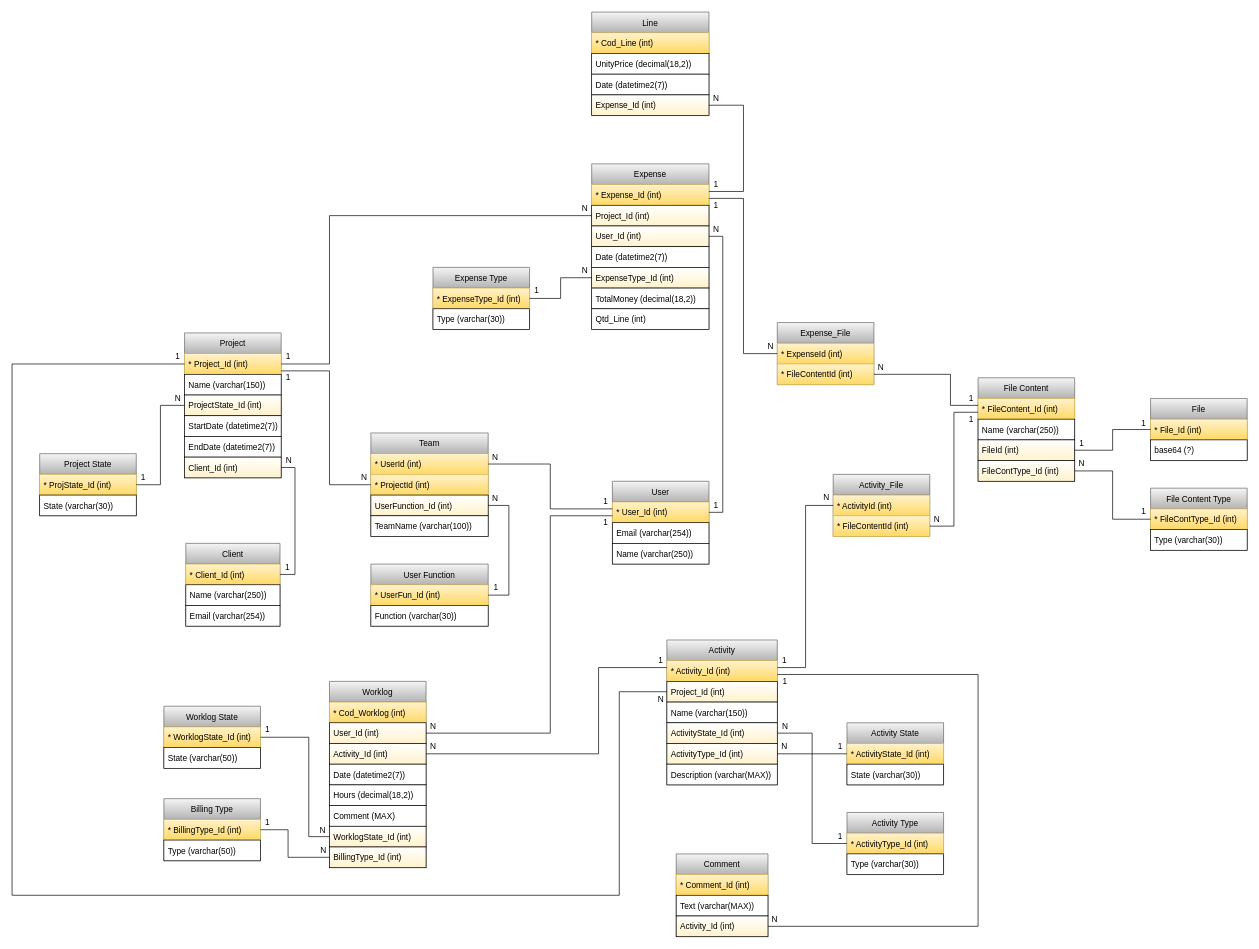
Earlier version of the draw.io diagram Relatório/Timesheet DB.drawio (rjcasaca/inete2022). Source tidied: cells renumbered, new cells numbered last; positions are measured from the earlier drawing's top-left corner, leaving out a move shared by most shapes. Both pictures are drawn from the tidied source at 69%, with x=0, y=0 at pixel (12, 12).
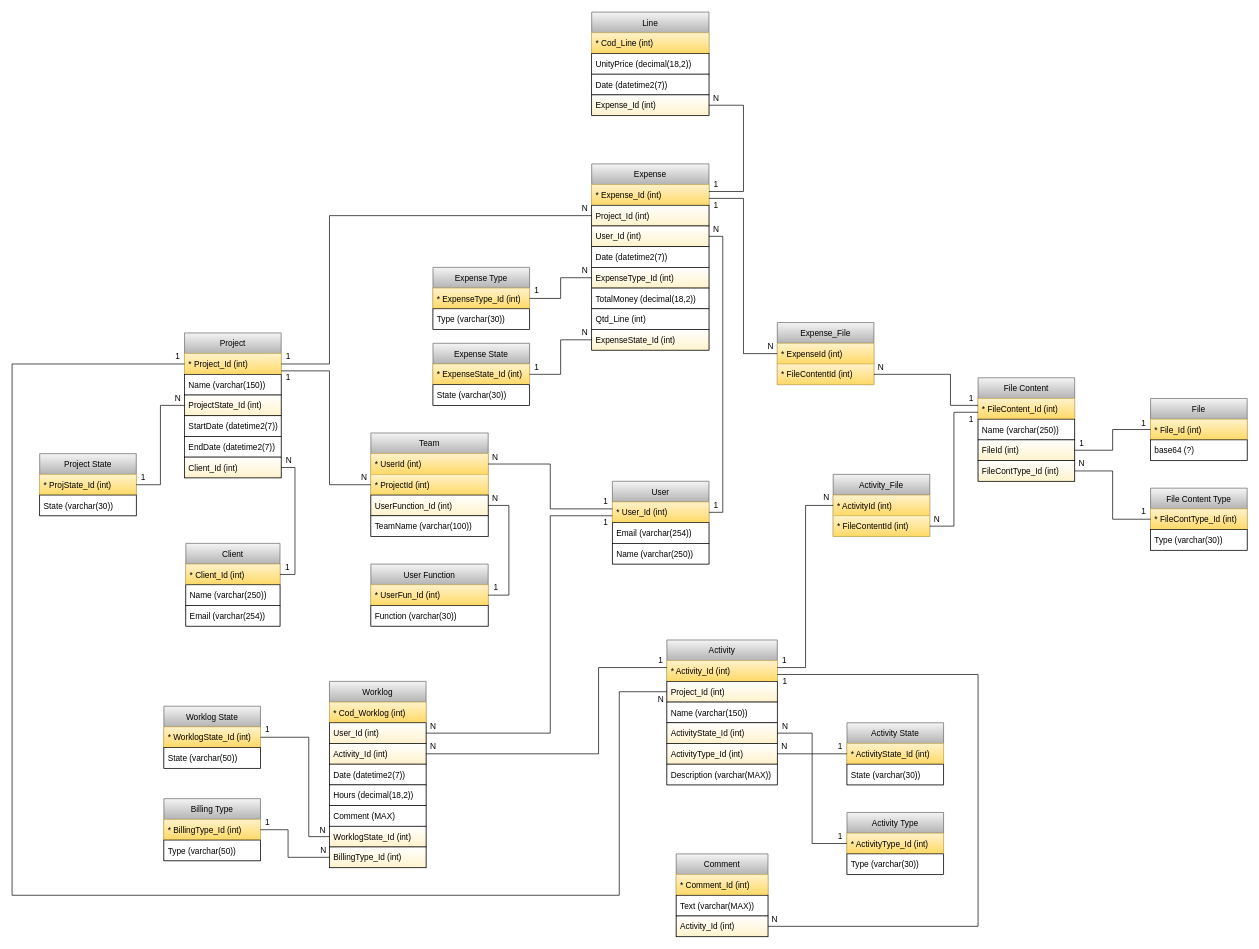
The same page after the edit.

The edit, as a diff of the source:
```diff
@@
     <mxCell id="39" value="Expense" style="swimlane;fontStyle=0;horizontal=1;startSize=30;strokeColor=#666666;fillColor=#f5f5f5;gradientColor=#b3b3b3;" parent="1" vertex="1">
-      <mxGeometry x="840" y="220" width="170" height="240" as="geometry" />
+      <mxGeometry x="840" y="220" width="170" height="270" as="geometry" />
     </mxCell>
@@
+    <mxCell id="162" value="ExpenseState_Id (int)" style="text;strokeColor=default;fillColor=default;align=left;verticalAlign=middle;spacingLeft=4;spacingRight=4;overflow=hidden;points=[[0,0.5],[1,0.5]];portConstraint=eastwest;gradientColor=#FFF2CC;" parent="39" vertex="1">
+      <mxGeometry y="240" width="170" height="30" as="geometry" />
+    </mxCell>
@@
+    <mxCell id="163" value="Expense State" style="swimlane;fontStyle=0;horizontal=1;startSize=30;strokeColor=#666666;fillColor=#f5f5f5;gradientColor=#b3b3b3;" parent="1" vertex="1">
+      <mxGeometry x="610" y="480" width="140" height="90" as="geometry" />
+    </mxCell>
+    <mxCell id="164" value="* ExpenseState_Id (int)" style="text;strokeColor=#d6b656;fillColor=#fff2cc;align=left;verticalAlign=middle;spacingLeft=4;spacingRight=4;overflow=hidden;points=[[0,0.5],[1,0.5]];portConstraint=eastwest;gradientColor=#ffd966;" parent="163" vertex="1">
+      <mxGeometry y="30" width="140" height="30" as="geometry" />
+    </mxCell>
+    <mxCell id="165" value="State (varchar(30))" style="text;strokeColor=default;fillColor=default;align=left;verticalAlign=middle;spacingLeft=4;spacingRight=4;overflow=hidden;" parent="163" vertex="1">
+      <mxGeometry y="60" width="140" height="30" as="geometry" />
+    </mxCell>
+    <mxCell id="166" style="edgeStyle=orthogonalEdgeStyle;rounded=0;jettySize=auto;html=1;endArrow=none;endFill=0;" parent="1" edge="1" source="164" target="162">
+      <mxGeometry relative="1" as="geometry" />
+    </mxCell>
+    <mxCell id="167" value="1" style="text;html=1;align=center;verticalAlign=middle;strokeColor=none;fillColor=none;" parent="1" vertex="1">
+      <mxGeometry x="750" y="505" width="20" height="20" as="geometry" />
+    </mxCell>
+    <mxCell id="168" value="N" style="text;html=1;align=center;verticalAlign=middle;strokeColor=none;fillColor=none;" parent="1" vertex="1">
+      <mxGeometry x="820" y="455" width="20" height="20" as="geometry" />
+    </mxCell>
```
